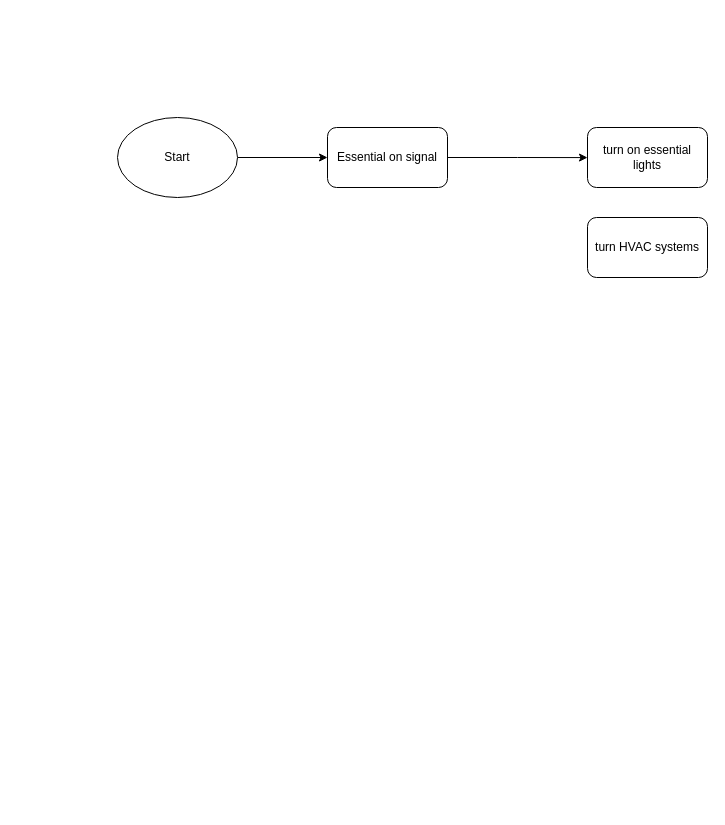
Above: Group_G/_flows/essential.drawio in cepdnaclk/e17-co326-Smart-Building (draw.io), before the change. Source tidied: cells renumbered, new cells numbered last; positions are measured from the earlier drawing's top-left corner, leaving out a move shared by most shapes. Both pictures are drawn from the tidied source at 100%, with x=0, y=0 at pixel (117, 117).
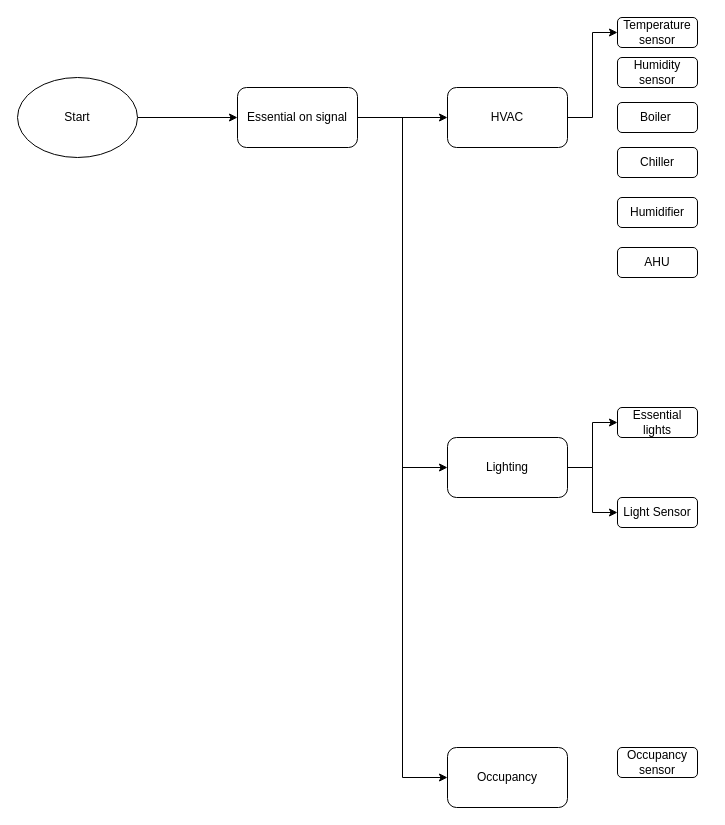
The same page after the edit.

The edit, as a diff of the source:
```diff
@@
     <mxCell id="3" value="Start" style="ellipse;whiteSpace=wrap;html=1;" parent="1" vertex="1">
-      <mxGeometry width="120" height="80" as="geometry" />
+      <mxGeometry x="-100" y="-40" width="120" height="80" as="geometry" />
     </mxCell>
-    <mxCell id="4" style="edgeStyle=orthogonalEdgeStyle;rounded=0;jettySize=auto;html=1;exitX=1;exitY=0.5;exitDx=0;exitDy=0;" parent="1" edge="1" source="5">
-      <mxGeometry relative="1" as="geometry">
-        <mxPoint x="470" y="40.1" as="targetPoint" />
-      </mxGeometry>
-    </mxCell>
+    <mxCell id="8" style="edgeStyle=orthogonalEdgeStyle;rounded=0;jettySize=auto;html=1;exitX=1;exitY=0.5;exitDx=0;exitDy=0;" parent="1" edge="1" source="5" target="12">
+      <mxGeometry relative="1" as="geometry" />
+    </mxCell>
+    <mxCell id="9" style="edgeStyle=orthogonalEdgeStyle;rounded=0;jettySize=auto;html=1;exitX=1;exitY=0.5;exitDx=0;exitDy=0;entryX=0;entryY=0.5;entryDx=0;entryDy=0;" parent="1" edge="1" source="5" target="15">
+      <mxGeometry relative="1" as="geometry" />
+    </mxCell>
+    <mxCell id="10" style="edgeStyle=orthogonalEdgeStyle;rounded=0;jettySize=auto;html=1;exitX=1;exitY=0.5;exitDx=0;exitDy=0;entryX=0;entryY=0.5;entryDx=0;entryDy=0;" parent="1" edge="1" source="5" target="16">
+      <mxGeometry relative="1" as="geometry" />
+    </mxCell>
     <mxCell id="5" value="Essential on signal" style="rounded=1;whiteSpace=wrap;html=1;" parent="1" vertex="1">
-      <mxGeometry x="210" y="10" width="120" height="60" as="geometry" />
+      <mxGeometry x="120" y="-30" width="120" height="60" as="geometry" />
     </mxCell>
-    <mxCell id="6" value="turn on essential lights" style="rounded=1;whiteSpace=wrap;html=1;" parent="1" vertex="1">
-      <mxGeometry x="470" y="10" width="120" height="60" as="geometry" />
-    </mxCell>
-    <mxCell id="7" value="turn HVAC systems" style="rounded=1;whiteSpace=wrap;html=1;" parent="1" vertex="1">
-      <mxGeometry x="470" y="100" width="120" height="60" as="geometry" />
-    </mxCell>
+    <mxCell id="11" style="edgeStyle=orthogonalEdgeStyle;rounded=0;jettySize=auto;html=1;exitX=1;exitY=0.5;exitDx=0;exitDy=0;entryX=0;entryY=0.5;entryDx=0;entryDy=0;" parent="1" edge="1" source="12" target="17">
+      <mxGeometry relative="1" as="geometry" />
+    </mxCell>
+    <mxCell id="12" value="HVAC" style="rounded=1;whiteSpace=wrap;html=1;" parent="1" vertex="1">
+      <mxGeometry x="330" y="-30" width="120" height="60" as="geometry" />
+    </mxCell>
+    <mxCell id="13" style="edgeStyle=orthogonalEdgeStyle;rounded=0;jettySize=auto;html=1;exitX=1;exitY=0.5;exitDx=0;exitDy=0;entryX=0;entryY=0.5;entryDx=0;entryDy=0;" parent="1" edge="1" source="15" target="23">
+      <mxGeometry relative="1" as="geometry" />
+    </mxCell>
+    <mxCell id="14" style="edgeStyle=orthogonalEdgeStyle;rounded=0;jettySize=auto;html=1;exitX=1;exitY=0.5;exitDx=0;exitDy=0;entryX=0;entryY=0.5;entryDx=0;entryDy=0;" parent="1" edge="1" source="15" target="24">
+      <mxGeometry relative="1" as="geometry" />
+    </mxCell>
+    <mxCell id="15" value="Lighting" style="rounded=1;whiteSpace=wrap;html=1;" parent="1" vertex="1">
+      <mxGeometry x="330" y="320" width="120" height="60" as="geometry" />
+    </mxCell>
+    <mxCell id="16" value="Occupancy" style="rounded=1;whiteSpace=wrap;html=1;" parent="1" vertex="1">
+      <mxGeometry x="330" y="630" width="120" height="60" as="geometry" />
+    </mxCell>
+    <mxCell id="17" value="Temperature sensor" style="rounded=1;whiteSpace=wrap;html=1;" parent="1" vertex="1">
+      <mxGeometry x="500" y="-100" width="80" height="30" as="geometry" />
+    </mxCell>
+    <mxCell id="18" value="Humidity sensor" style="rounded=1;whiteSpace=wrap;html=1;" parent="1" vertex="1">
+      <mxGeometry x="500" y="-60" width="80" height="30" as="geometry" />
+    </mxCell>
+    <mxCell id="19" value="Boiler&amp;nbsp;" style="rounded=1;whiteSpace=wrap;html=1;" parent="1" vertex="1">
+      <mxGeometry x="500" y="-15" width="80" height="30" as="geometry" />
+    </mxCell>
+    <mxCell id="20" value="Chiller" style="rounded=1;whiteSpace=wrap;html=1;" parent="1" vertex="1">
+      <mxGeometry x="500" y="30" width="80" height="30" as="geometry" />
+    </mxCell>
+    <mxCell id="21" value="Humidifier" style="rounded=1;whiteSpace=wrap;html=1;" parent="1" vertex="1">
+      <mxGeometry x="500" y="80" width="80" height="30" as="geometry" />
+    </mxCell>
+    <mxCell id="22" value="AHU" style="rounded=1;whiteSpace=wrap;html=1;" parent="1" vertex="1">
+      <mxGeometry x="500" y="130" width="80" height="30" as="geometry" />
+    </mxCell>
+    <mxCell id="23" value="Essential lights" style="rounded=1;whiteSpace=wrap;html=1;" parent="1" vertex="1">
+      <mxGeometry x="500" y="290" width="80" height="30" as="geometry" />
+    </mxCell>
+    <mxCell id="24" value="Light Sensor" style="rounded=1;whiteSpace=wrap;html=1;" parent="1" vertex="1">
+      <mxGeometry x="500" y="380" width="80" height="30" as="geometry" />
+    </mxCell>
+    <mxCell id="25" value="Occupancy sensor" style="rounded=1;whiteSpace=wrap;html=1;" parent="1" vertex="1">
+      <mxGeometry x="500" y="630" width="80" height="30" as="geometry" />
+    </mxCell>
```
